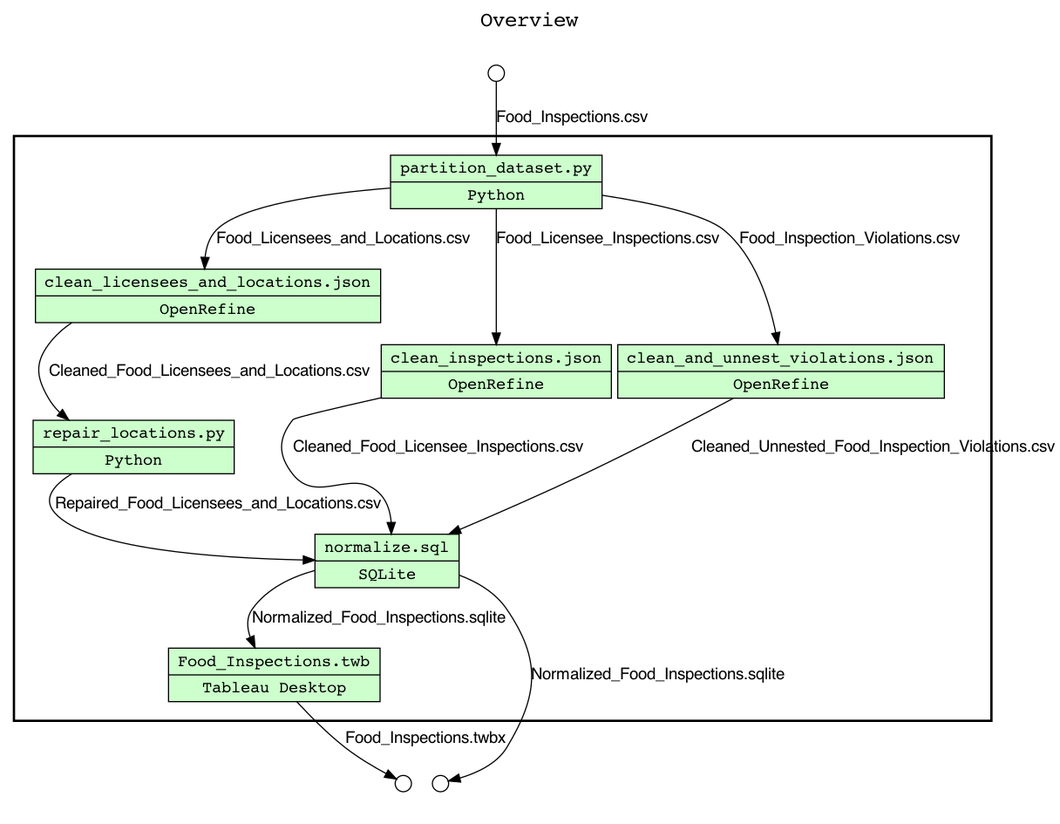
dmcguire81/CS513DataCleaningTeam152 keeps this Graphviz diagram as overview.png. Above is the earlier version. Its source is kept beside it as overview.gv.
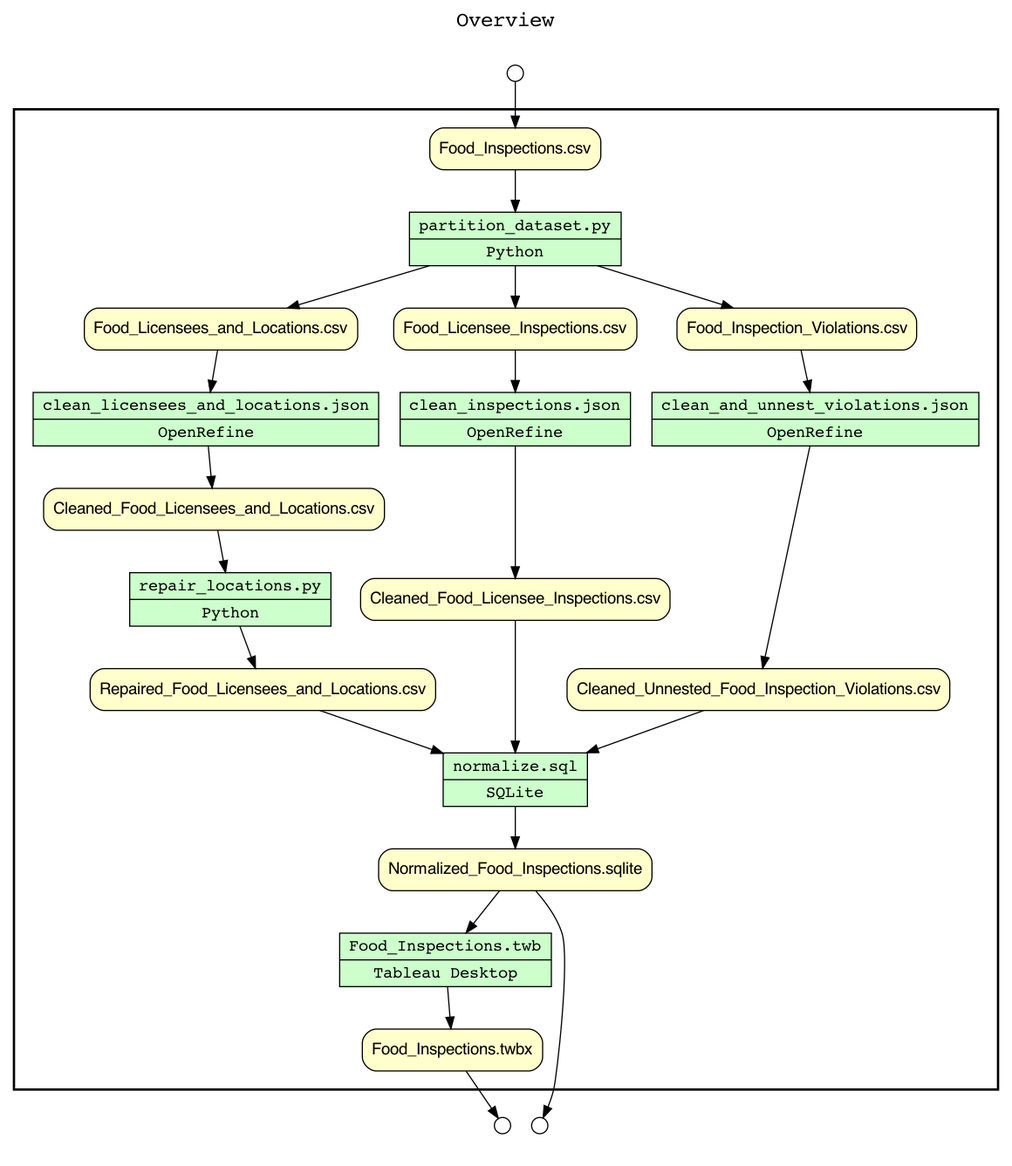
After the change.

The edit, as a diff of the source:
```diff
@@ -12,30 +12,49 @@
 "repair_locations.py" [shape=record rankdir=LR label="{<f0> repair_locations.py |<f1> Python}"];
 "normalize.sql" [shape=record rankdir=LR label="{<f0> normalize.sql |<f1> SQLite}"];
 "Food_Inspections.twb" [shape=record rankdir=LR label="{<f0> Food_Inspections.twb |<f1> Tableau Desktop}"];
-edge[fontname=Helvetica]
-"partition_dataset.py" -> "clean_licensees_and_locations.json" [label="Food_Licensees_and_Locations.csv"]
-"partition_dataset.py" -> "clean_inspections.json" [label="Food_Licensee_Inspections.csv"]
-"partition_dataset.py" -> "clean_and_unnest_violations.json" [label="Food_Inspection_Violations.csv"]
-"clean_licensees_and_locations.json" -> "repair_locations.py" [label="Cleaned_Food_Licensees_and_Locations.csv"]
-"repair_locations.py" -> "normalize.sql" [label="Repaired_Food_Licensees_and_Locations.csv"]
-"clean_inspections.json" -> "normalize.sql" [label="Cleaned_Food_Licensee_Inspections.csv"]
-"clean_and_unnest_violations.json" -> "normalize.sql" [label="Cleaned_Unnested_Food_Inspection_Violations.csv"]
-"normalize.sql" -> "Food_Inspections.twb" [label="Normalized_Food_Inspections.sqlite"]
+node[shape=box style="rounded,filled" fillcolor="#FFFFCC" peripheries=1 fontname=Helvetica]
+"Food_Inspections.csv"
+"Food_Licensees_and_Locations.csv"
+"Food_Licensee_Inspections.csv"
+"Food_Inspection_Violations.csv"
+"Cleaned_Food_Licensees_and_Locations.csv"
+"Repaired_Food_Licensees_and_Locations.csv"
+"Cleaned_Food_Licensee_Inspections.csv"
+"Cleaned_Unnested_Food_Inspection_Violations.csv"
+"Normalized_Food_Inspections.sqlite"
+"Food_Inspections.twbx"
+node[shape=box style="rounded,filled" fillcolor="#FCFCFC" peripheries=1 fontname=Helvetica]
+"partition_dataset.py" -> "Food_Licensees_and_Locations.csv"
+"partition_dataset.py" -> "Food_Licensee_Inspections.csv"
+"partition_dataset.py" -> "Food_Inspection_Violations.csv"
+"Food_Inspections.csv" -> "partition_dataset.py"
+"clean_licensees_and_locations.json" -> "Cleaned_Food_Licensees_and_Locations.csv"
+"Food_Licensees_and_Locations.csv" -> "clean_licensees_and_locations.json"
+"clean_inspections.json" -> "Cleaned_Food_Licensee_Inspections.csv"
+"Food_Licensee_Inspections.csv" -> "clean_inspections.json"
+"clean_and_unnest_violations.json" -> "Cleaned_Unnested_Food_Inspection_Violations.csv"
+"Food_Inspection_Violations.csv" -> "clean_and_unnest_violations.json"
+"repair_locations.py" -> "Repaired_Food_Licensees_and_Locations.csv"
+"Cleaned_Food_Licensees_and_Locations.csv" -> "repair_locations.py"
+"normalize.sql" -> "Normalized_Food_Inspections.sqlite"
+"Repaired_Food_Licensees_and_Locations.csv" -> "normalize.sql"
+"Cleaned_Food_Licensee_Inspections.csv" -> "normalize.sql"
+"Cleaned_Unnested_Food_Inspection_Violations.csv" -> "normalize.sql"
+"Food_Inspections.twb" -> "Food_Inspections.twbx"
+"Normalized_Food_Inspections.sqlite" -> "Food_Inspections.twb"
 }}
 subgraph cluster_input_ports_group_outer { label=""; color=white
 subgraph cluster_input_ports_group_inner { label=""; color=white
-node[shape=circle style=filled fillcolor="#FFFFFF" peripheries=1 fontname=Courier width=0.2]
+node[shape=circle style="rounded,filled" fillcolor="#FFFFFF" peripheries=1 fontname=Helvetica width=0.2]
 "Food_Inspections.csv_input_port" [label=""]
 }}
 subgraph cluster_output_ports_group_outer { label=""; color=white
 subgraph cluster_output_ports_group_inner { label=""; color=white
-node[shape=circle style=filled fillcolor="#FFFFFF" peripheries=1 fontname=Courier width=0.2]
+node[shape=circle style="rounded,filled" fillcolor="#FFFFFF" peripheries=1 fontname=Helvetica width=0.2]
 "Normalized_Food_Inspections.sqlite_output_port" [label=""]
 "Food_Inspections.twbx_output_port" [label=""]
 }}
-edge[fontname=Helvetica]
-"Food_Inspections.csv_input_port" -> "partition_dataset.py" [label="Food_Inspections.csv"]
-edge[fontname=Helvetica]
-"normalize.sql" -> "Normalized_Food_Inspections.sqlite_output_port" [label="Normalized_Food_Inspections.sqlite"]
-"Food_Inspections.twb" -> "Food_Inspections.twbx_output_port" [label="Food_Inspections.twbx"]
+"Food_Inspections.csv_input_port" -> "Food_Inspections.csv"
+"Normalized_Food_Inspections.sqlite" -> "Normalized_Food_Inspections.sqlite_output_port"
+"Food_Inspections.twbx" -> "Food_Inspections.twbx_output_port"
 }
```
